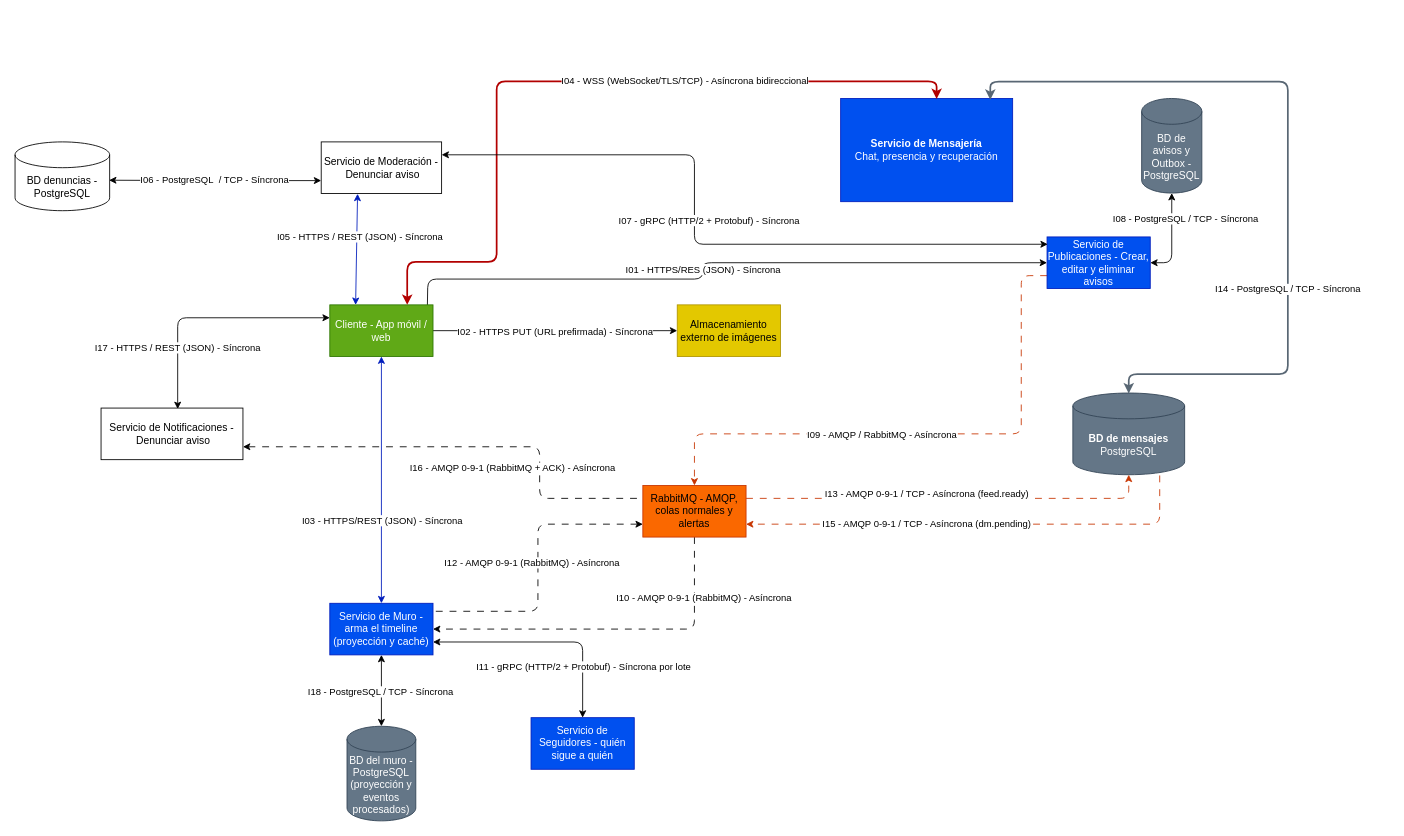
Yukisan-uwo/GA-TL-02-FORM-Modelado-de-Comunicacion-entre-Procesos-Distribuidos keeps this draw.io diagram as Archivo editable y exportado/vecindario.drawio.xml. Above is the earlier version. Source tidied: cells renumbered, new cells numbered last; positions are measured from the earlier drawing's top-left corner, leaving out a move shared by most shapes. Both pictures are drawn from the tidied source at 86%, with x=0, y=0 at pixel (15, 81).
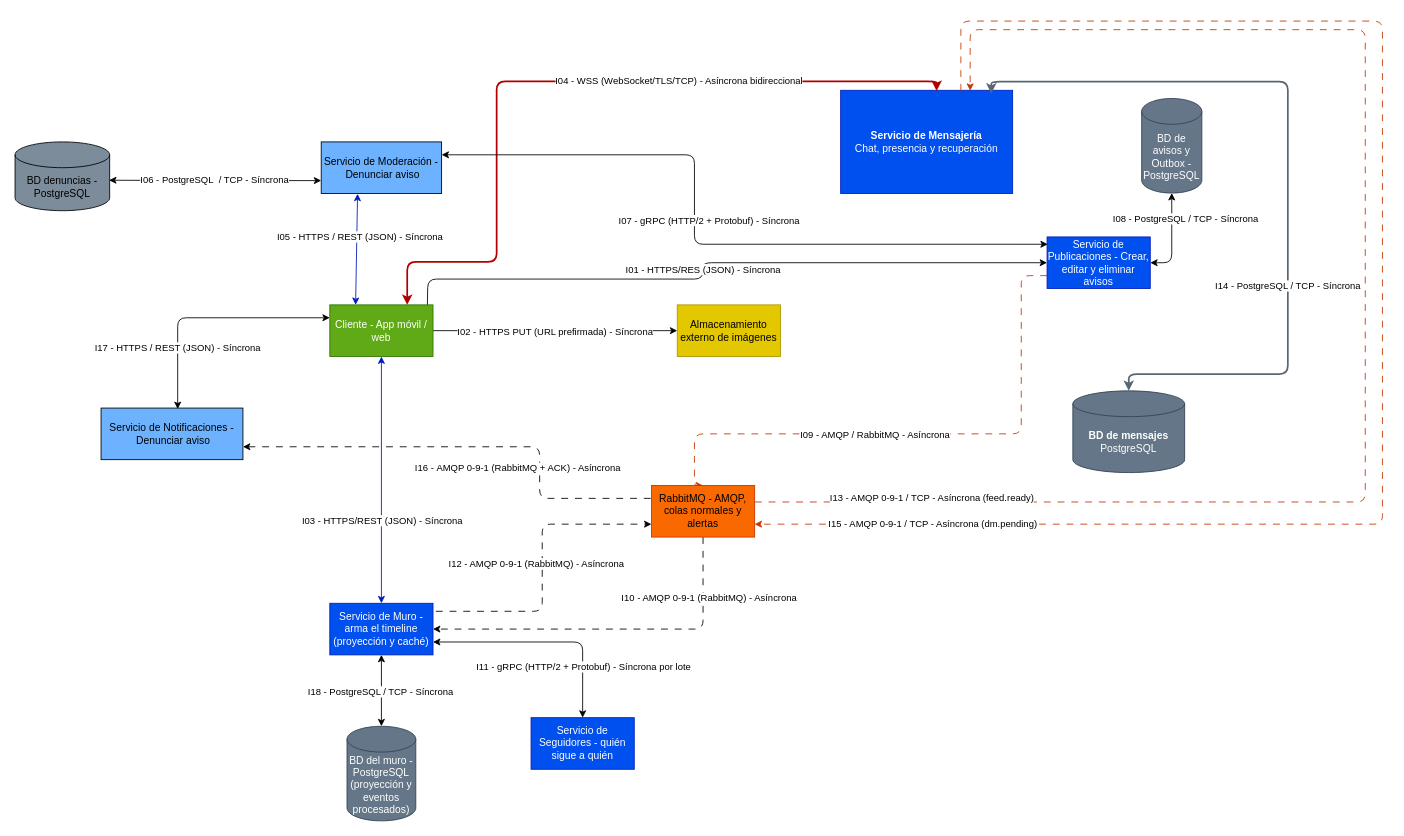
Above is the later version.

Commit message (it also covers changes not shown here):
corregir conexiones I13, I14 e I15

What changed in the source:
```diff
@@
     <mxCell id="17" value="RabbitMQ - AMQP, colas normales y alertas" style="rounded=0;whiteSpace=wrap;html=1;fillColor=#fa6800;fontColor=light-dark(#000000,#000000);strokeColor=#C73500;" parent="1" vertex="1">
-      <mxGeometry x="730" y="470" width="120" height="60" as="geometry" />
+      <mxGeometry x="740" y="470" width="120" height="60" as="geometry" />
     </mxCell>
@@
     <mxCell id="27" value="&lt;b&gt;Servicio de Mensajería&lt;/b&gt;&lt;br&gt;Chat, presencia y recuperación" style="rounded=0;whiteSpace=wrap;html=1;fillColor=#0050ef;fontColor=#ffffff;strokeColor=#001DBC;" parent="1" vertex="1">
-      <mxGeometry x="960" y="20" width="200" height="120" as="geometry" />
+      <mxGeometry x="960" y="10.5" width="200" height="120" as="geometry" />
     </mxCell>
@@
-    <mxCell id="29" value="I14 - PostgreSQL / TCP - Síncrona" style="rounded=1;orthogonalLoop=1;jettySize=auto;html=1;defaultLabelBackgroundColor=page;strokeWidth=2;strokeColor=light-dark(#596774,#A6A6A6);entryX=0.5;entryY=0;entryDx=0;entryDy=0;startArrow=classic;startFill=1;endArrow=classic;endFill=1;entryPerimeter=0;exitX=0.87;exitY=0.008;exitDx=0;exitDy=0;exitPerimeter=0;edgeStyle=orthogonalEdgeStyle;" parent="1" edge="1">
-      <mxGeometry x="0.33" relative="1" as="geometry">
-        <mxPoint x="1134" y="21.5" as="sourcePoint" />
-        <mxPoint x="1295" y="363" as="targetPoint" />
+    <mxCell id="29" value="I14 - PostgreSQL / TCP - Síncrona" style="rounded=1;jettySize=auto;html=1;defaultLabelBackgroundColor=page;strokeWidth=2;strokeColor=light-dark(#596774,#A6A6A6);startArrow=classic;startFill=1;endArrow=classic;endFill=1;exitX=0.876;exitY=0.032;exitDx=0;exitDy=0;exitPerimeter=0;edgeStyle=orthogonalEdgeStyle;" parent="1" edge="1" source="27" target="42">
+      <mxGeometry x="0.32" relative="1" as="geometry">
         <Array as="points">
-          <mxPoint x="1134" y="0.5" />
+          <mxPoint x="1135.2" y="0.5" />
           <mxPoint x="1480" y="0.5" />
           <mxPoint x="1480" y="340.5" />
           <mxPoint x="1295" y="340.5" />
         </Array>
       </mxGeometry>
     </mxCell>
-    <mxCell id="30" value="I15 - AMQP 0-9-1 / TCP - Asíncrona (dm.pending)" style="rounded=1;jettySize=auto;html=1;defaultLabelBackgroundColor=page;strokeWidth=1;strokeColor=light-dark(#C73500,#FF9164);entryX=1;entryY=0.75;entryDx=0;entryDy=0;startArrow=none;startFill=1;endArrow=classic;endFill=1;dashed=1;dashPattern=8 8;exitX=0.777;exitY=1.009;exitDx=0;exitDy=0;exitPerimeter=0;edgeStyle=orthogonalEdgeStyle;" parent="1" edge="1" source="42" target="17">
-      <mxGeometry x="0.22" relative="1" as="geometry" />
+    <mxCell id="30" value="I15 - AMQP 0-9-1 / TCP - Asíncrona (dm.pending)" style="rounded=1;jettySize=auto;html=1;defaultLabelBackgroundColor=page;strokeWidth=1;strokeColor=light-dark(#C73500,#FF9164);entryX=1;entryY=0.75;entryDx=0;entryDy=0;startArrow=none;startFill=1;endArrow=classic;endFill=1;dashed=1;dashPattern=8 8;edgeStyle=orthogonalEdgeStyle;exitX=0.699;exitY=0.005;exitDx=0;exitDy=0;exitPerimeter=0;" parent="1" edge="1" source="27" target="17">
+      <mxGeometry x="0.78" relative="1" as="geometry">
+        <Array as="points">
+          <mxPoint x="1099.8" y="-70" />
+          <mxPoint x="1590" y="-70" />
+          <mxPoint x="1590" y="515" />
+        </Array>
+      </mxGeometry>
     </mxCell>
-    <mxCell id="31" value="I13 - AMQP 0-9-1 / TCP - Asíncrona (feed.ready)" style="rounded=1;jettySize=auto;html=1;defaultLabelBackgroundColor=page;strokeWidth=1;strokeColor=light-dark(#C73500,#FF9164);exitX=1;exitY=0.25;exitDx=0;exitDy=0;startArrow=none;startFill=1;endArrow=classic;endFill=1;dashed=1;dashPattern=8 8;entryX=0.5;entryY=1;entryDx=0;entryDy=0;entryPerimeter=0;edgeStyle=orthogonalEdgeStyle;" parent="1" edge="1" source="17" target="42">
-      <mxGeometry x="-0.11" y="5" relative="1" as="geometry" />
+    <mxCell id="31" value="I13 - AMQP 0-9-1 / TCP - Asíncrona (feed.ready)" style="rounded=1;jettySize=auto;html=1;defaultLabelBackgroundColor=page;strokeWidth=1;strokeColor=light-dark(#C73500,#FF9164);exitX=1.002;exitY=0.32;exitDx=0;exitDy=0;startArrow=none;startFill=1;endArrow=classic;endFill=1;dashed=1;dashPattern=8 8;edgeStyle=orthogonalEdgeStyle;entryX=0.753;entryY=0.004;entryDx=0;entryDy=0;exitPerimeter=0;entryPerimeter=0;" parent="1" edge="1" source="17" target="27">
+      <mxGeometry x="-0.77" y="5" relative="1" as="geometry">
+        <Array as="points">
+          <mxPoint x="1570" y="489.2" />
+          <mxPoint x="1570" y="-60" />
+          <mxPoint x="1110.6" y="-60" />
+        </Array>
+      </mxGeometry>
     </mxCell>
@@
-    <mxCell id="36" value="Servicio de Moderación -&amp;nbsp;Denunciar aviso" style="rounded=0;whiteSpace=wrap;html=1;fillColor=light-dark(#FFFFFF,#6DB2FF);strokeColor=light-dark(#000000,#B2CBFF);fontColor=light-dark(#000000,#000000);" parent="1" vertex="1">
+    <mxCell id="36" value="Servicio de Moderación -&amp;nbsp;Denunciar aviso" style="rounded=0;whiteSpace=wrap;html=1;fillColor=light-dark(#6DB2FF,#6DB2FF);strokeColor=light-dark(#000000,#B2CBFF);fontColor=light-dark(#000000,#000000);" parent="1" vertex="1">
       <mxGeometry x="356" y="70.5" width="140" height="60" as="geometry" />
     </mxCell>
-    <mxCell id="37" value="BD denuncias - PostgreSQL" style="shape=cylinder3;whiteSpace=wrap;html=1;boundedLbl=1;backgroundOutline=1;size=15;fillColor=light-dark(#FFFFFF,#7D8C9B);strokeColor=light-dark(#000000,#A9B8C7);fontColor=light-dark(#000000,#000000);" parent="1" vertex="1">
+    <mxCell id="37" value="BD denuncias - PostgreSQL" style="shape=cylinder3;whiteSpace=wrap;html=1;boundedLbl=1;backgroundOutline=1;size=15;fillColor=light-dark(#7D8C9B,#7D8C9B);strokeColor=light-dark(#000000,#A9B8C7);fontColor=light-dark(#000000,#000000);" parent="1" vertex="1">
       <mxGeometry y="70.5" width="110" height="80" as="geometry" />
     </mxCell>
@@
-    <mxCell id="41" value="Servicio de Notificaciones -&amp;nbsp;Denunciar aviso" style="rounded=0;whiteSpace=wrap;html=1;fillColor=light-dark(#FFFFFF,#6DB2FF);strokeColor=light-dark(#000000,#B2CBFF);fontColor=light-dark(#000000,#000000);" parent="1" vertex="1">
+    <mxCell id="41" value="Servicio de Notificaciones -&amp;nbsp;Denunciar aviso" style="rounded=0;whiteSpace=wrap;html=1;fillColor=light-dark(#6DB2FF,#6DB2FF);strokeColor=light-dark(#000000,#B2CBFF);fontColor=light-dark(#000000,#000000);" parent="1" vertex="1">
       <mxGeometry x="100" y="380" width="165" height="60" as="geometry" />
     </mxCell>
     <mxCell id="42" value="&lt;b&gt;BD de mensajes&lt;/b&gt;&lt;br&gt;PostgreSQL" style="shape=cylinder3;whiteSpace=wrap;html=1;boundedLbl=1;backgroundOutline=1;size=15;fillColor=#647687;fontColor=#ffffff;strokeColor=#314354;" parent="1" vertex="1">
-      <mxGeometry x="1230" y="362.5" width="130" height="95" as="geometry" />
+      <mxGeometry x="1230" y="360" width="130" height="95" as="geometry" />
     </mxCell>
```
